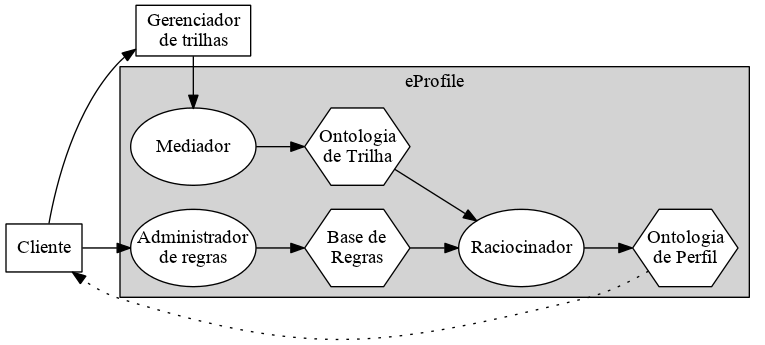
Above: academia/dissertacao/textos/graficos/modelo.png in andrenho/andrenho (Graphviz), before the change. Its source is kept beside it as academia/dissertacao/textos/graficos/modelo.dot.
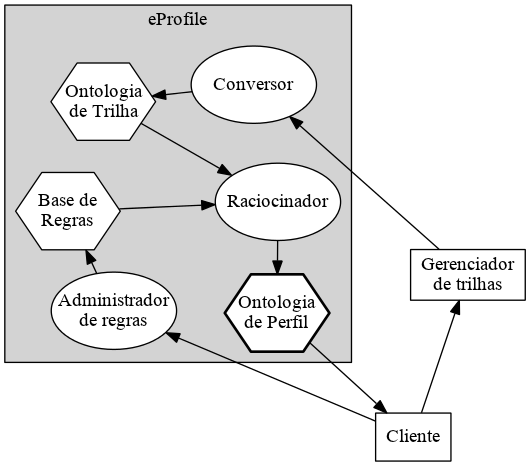
After the commit.

Diff of the diagram source:
```diff
@@ -1,5 +1,7 @@
 digraph modelo {
 
+  layout = fdp;
+  sep = 0.25;
   node [style=filled,fillcolor=white];
   node [shape=box]; "Gerenciador\nde trilhas"; "Cliente";
   node [shape=hexagon,fixedsize=true,width=1.1,height=0.8];
@@ -7,23 +9,22 @@
     "Base de\nRegras";
   node [shape=oval,fixedsize=true,width=1.3];
 
-
   subgraph cluster_eProfile {
     label = "eProfile";
     style = filled;
     fillcolor = lightgrey;
-    Mediador -> "Ontologia\nde Trilha";
+    "Ontologia\nde Perfil" [style="bold,filled"];
+    Conversor -> "Ontologia\nde Trilha";
     "Administrador\nde regras" -> "Base de\nRegras";
     "Base de\nRegras" -> Raciocinador;
     "Ontologia\nde Trilha" -> Raciocinador;
     Raciocinador -> "Ontologia\nde Perfil";
+    rankdir = LR;
   }
 
-  "Cliente" -> "Gerenciador\nde trilhas" -> Mediador;
-  "Cliente" -> "Administrador\nde regras";
-  "Ontologia\nde Perfil" -> "Cliente" [style=dotted];
+    "Cliente" -> "Gerenciador\nde trilhas" -> Conversor;
+    "Cliente" -> "Administrador\nde regras";
+    "Ontologia\nde Perfil" -> "Cliente";
 
-  overlap = false;
-  rankdir = LR;
   fontsize = 12;
 }
```
